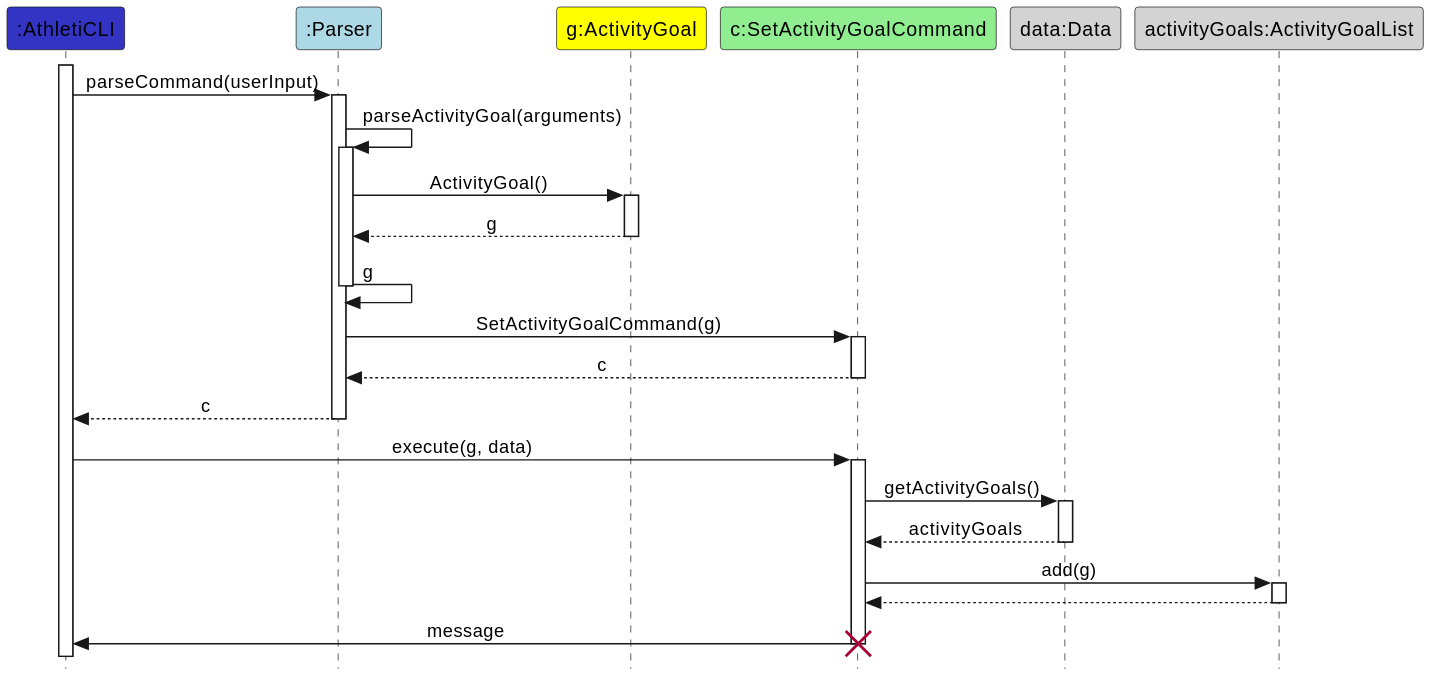
Earlier version of the PlantUML export docs/images/AddActivityGoal.svg (AY2324S1-CS2113-T17-1/tp). Source of this version:
```plantuml
@startuml
skinparam Style strictuml
skinparam SequenceMessageAlignment center

!define LOGIC_COLOR #3333C4

participant ":AthletiCLI" as AthletiCLI LOGIC_COLOR
participant ":Parser" as Parser #lightblue
participant "g:ActivityGoal" as ActivityGoal #yellow
participant "c:SetActivityGoalCommand" as SetActivityGoalCommand #lightgreen
participant "data:Data" as Data #lightgrey
participant "activityGoals:ActivityGoalList" as activityGoals #lightgrey

AthletiCLI++
AthletiCLI -> Parser++: parseCommand(userInput)
Parser -> Parser++: parseActivityGoal(arguments)
Parser -> ActivityGoal++: ActivityGoal()
ActivityGoal --> Parser--: g
Parser -> Parser: g
Parser--
Parser -> SetActivityGoalCommand++: SetActivityGoalCommand(g)
SetActivityGoalCommand --> Parser--: c
Parser --> AthletiCLI--: c

AthletiCLI -> SetActivityGoalCommand++: execute(g, data)
SetActivityGoalCommand -> Data++: getActivityGoals()

Data --> SetActivityGoalCommand--: activityGoals
SetActivityGoalCommand -> activityGoals++: add(g)
activityGoals --> SetActivityGoalCommand--
SetActivityGoalCommand -> AthletiCLI--: message

destroy SetActivityGoalCommand
@enduml
```
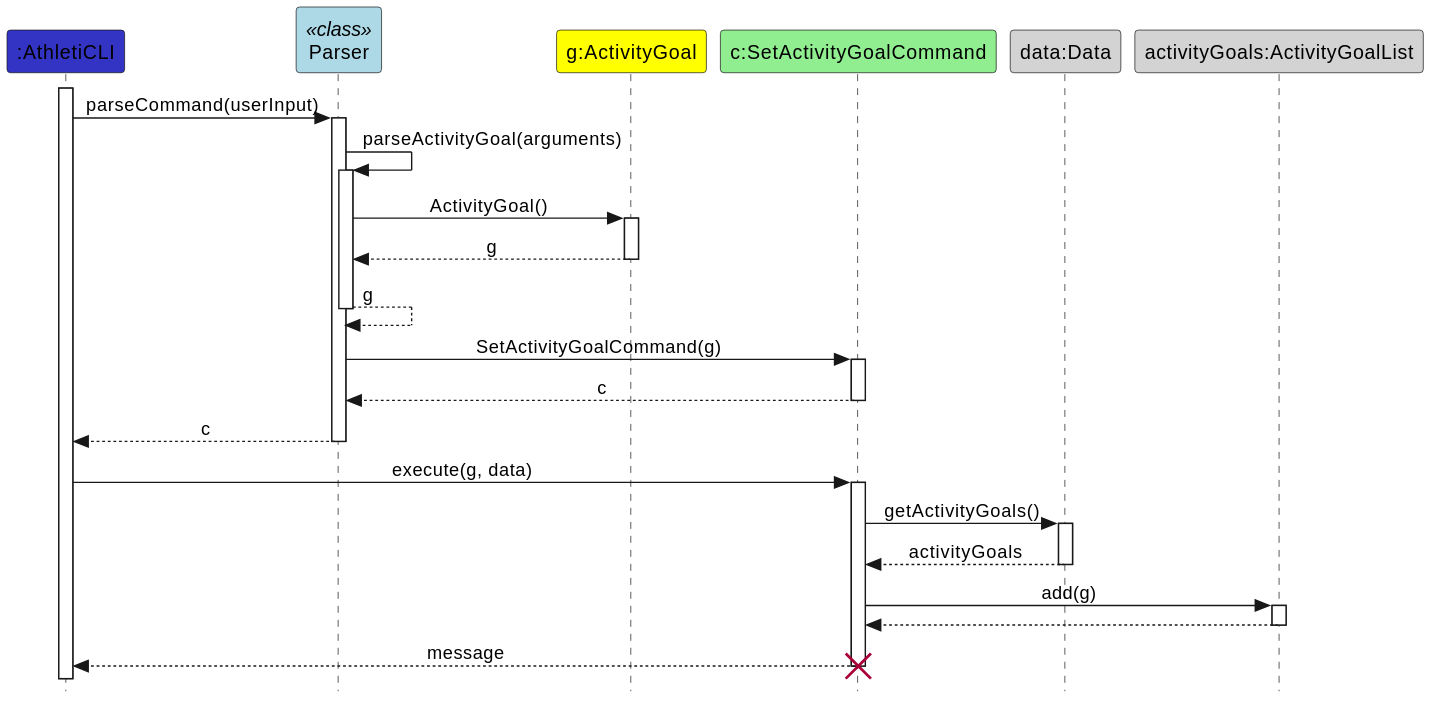
The same diagram one commit later.

Commit message:
Correct activity UML diagrams

Change to the diagram source:
```diff
@@ -5,7 +5,7 @@
 !define LOGIC_COLOR #3333C4
 
 participant ":AthletiCLI" as AthletiCLI LOGIC_COLOR
-participant ":Parser" as Parser #lightblue
+participant "Parser" as Parser <<class>> #lightblue
 participant "g:ActivityGoal" as ActivityGoal #yellow
 participant "c:SetActivityGoalCommand" as SetActivityGoalCommand #lightgreen
 participant "data:Data" as Data #lightgrey
@@ -16,7 +16,7 @@
 Parser -> Parser++: parseActivityGoal(arguments)
 Parser -> ActivityGoal++: ActivityGoal()
 ActivityGoal --> Parser--: g
-Parser -> Parser: g
+Parser --> Parser: g
 Parser--
 Parser -> SetActivityGoalCommand++: SetActivityGoalCommand(g)
 SetActivityGoalCommand --> Parser--: c
@@ -28,7 +28,7 @@
 Data --> SetActivityGoalCommand--: activityGoals
 SetActivityGoalCommand -> activityGoals++: add(g)
 activityGoals --> SetActivityGoalCommand--
-SetActivityGoalCommand -> AthletiCLI--: message
+SetActivityGoalCommand --> AthletiCLI--: message
 
 destroy SetActivityGoalCommand
 @enduml
```
